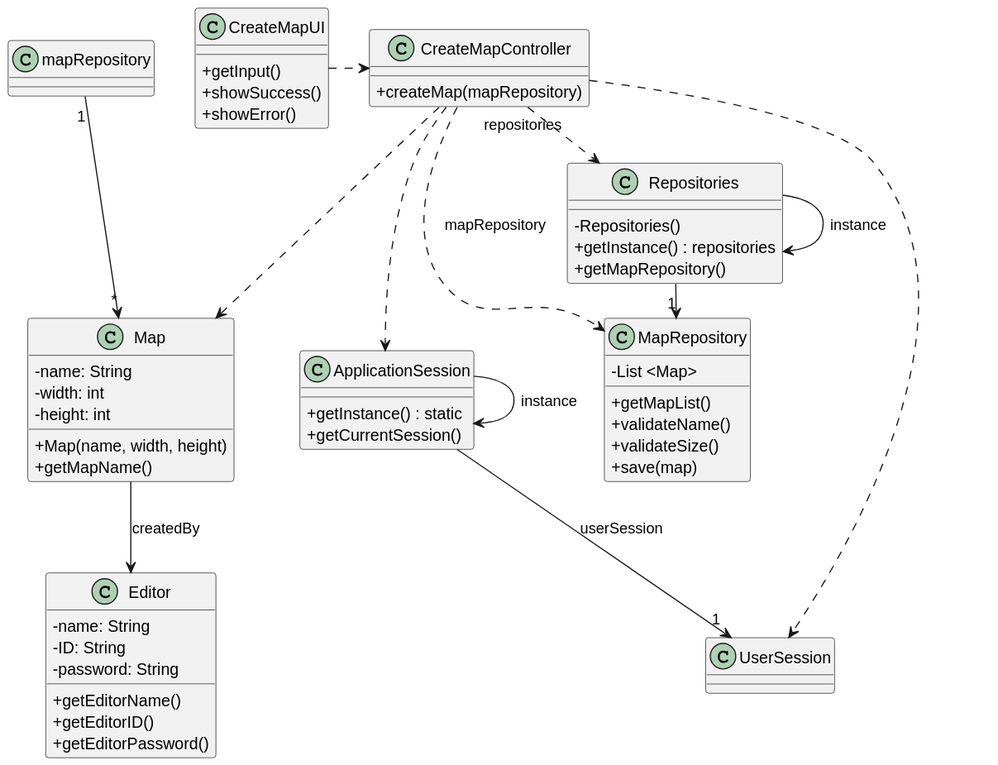
ivasduarte/all-aboard keeps this PlantUML diagram as docs/sprint2/us001/03.design/svg/us001-class-diagram.svg. Above is the earlier version.
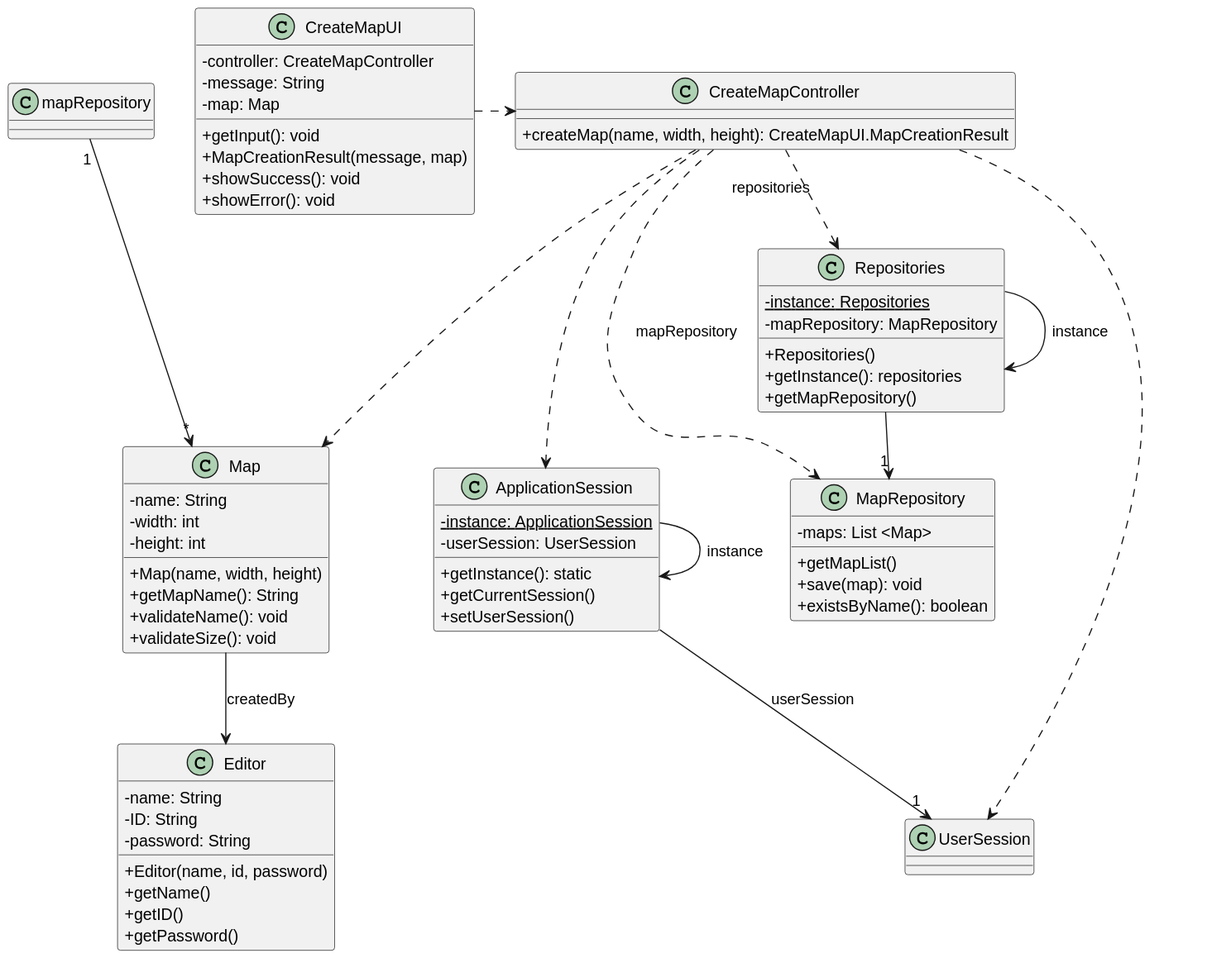
The same diagram one commit later.

Commit message:
US01(docs): class diagram update

The edit, as a diff of the source:
```diff
@@ -2,30 +2,34 @@
 skinparam classAttributeIconSize 0
 
 class CreateMapUI {
-    +getInput()
-    +showSuccess()
-    +showError()
+    -controller: CreateMapController
+    -message: String
+    -map: Map
+    +getInput(): void
+    +MapCreationResult(message, map)
+    +showSuccess(): void
+    +showError(): void
 }
 
 class CreateMapController {
-    +createMap(mapRepository)
+    +createMap(name, width, height): CreateMapUI.MapCreationResult
 }
 
 class MapRepository {
-    -List <Map>
+    -maps: List <Map>
     +getMapList()
-    +validateName()
-    +validateSize()
-    +save(map)
+    +save(map): void
+    +existsByName(): boolean
 }
 
 class Editor {
     -name: String
     -ID: String
     -password: String
-    +getEditorName()
-    +getEditorID()
-    +getEditorPassword()
+    +Editor(name, id, password)
+    +getName()
+    +getID()
+    +getPassword()
 }
 
 class Map {
@@ -33,19 +37,26 @@
     -width: int
     -height: int
     +Map(name, width, height)
-    +getMapName()
+    +getMapName(): String
+    +validateName(): void
+    +validateSize(): void
 }
 
 
 class Repositories {
-    -Repositories()
-    +getInstance() : repositories
+    -instance: Repositories{static}
+    -mapRepository: MapRepository
+    +Repositories()
+    +getInstance(): repositories
     +getMapRepository()
 }
 
 class ApplicationSession {
-    +getInstance() : static
+    -instance: ApplicationSession{static}
+    -userSession: UserSession
+    +getInstance(): static
     +getCurrentSession()
+    +setUserSession()
 }
 
 class UserSession {}
```
